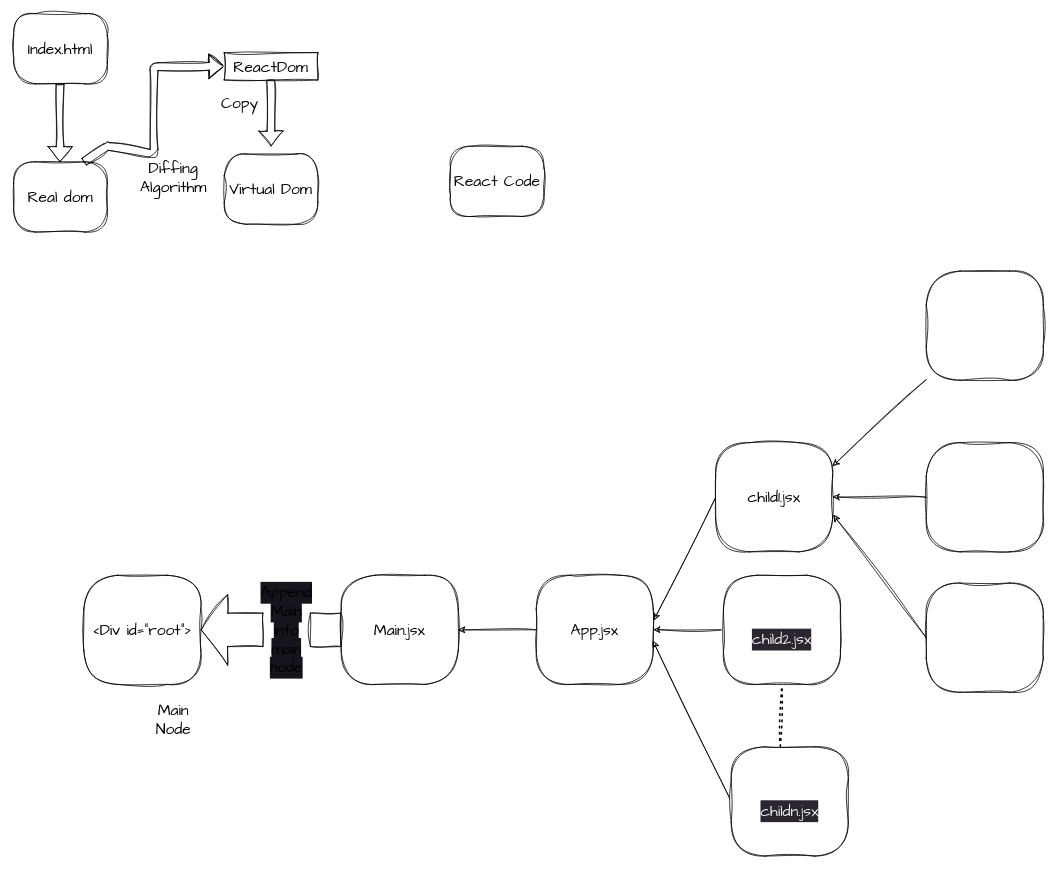
This is ReactWorkFlow.drawio from prahulk46a/ReactLearning, a draw.io file, before an edit. Source tidied: cells renumbered, new cells numbered last; positions are measured from the earlier drawing's top-left corner, leaving out a move shared by most shapes. Both pictures are drawn from the tidied source at 78%, with x=0, y=0 at pixel (13, 13).
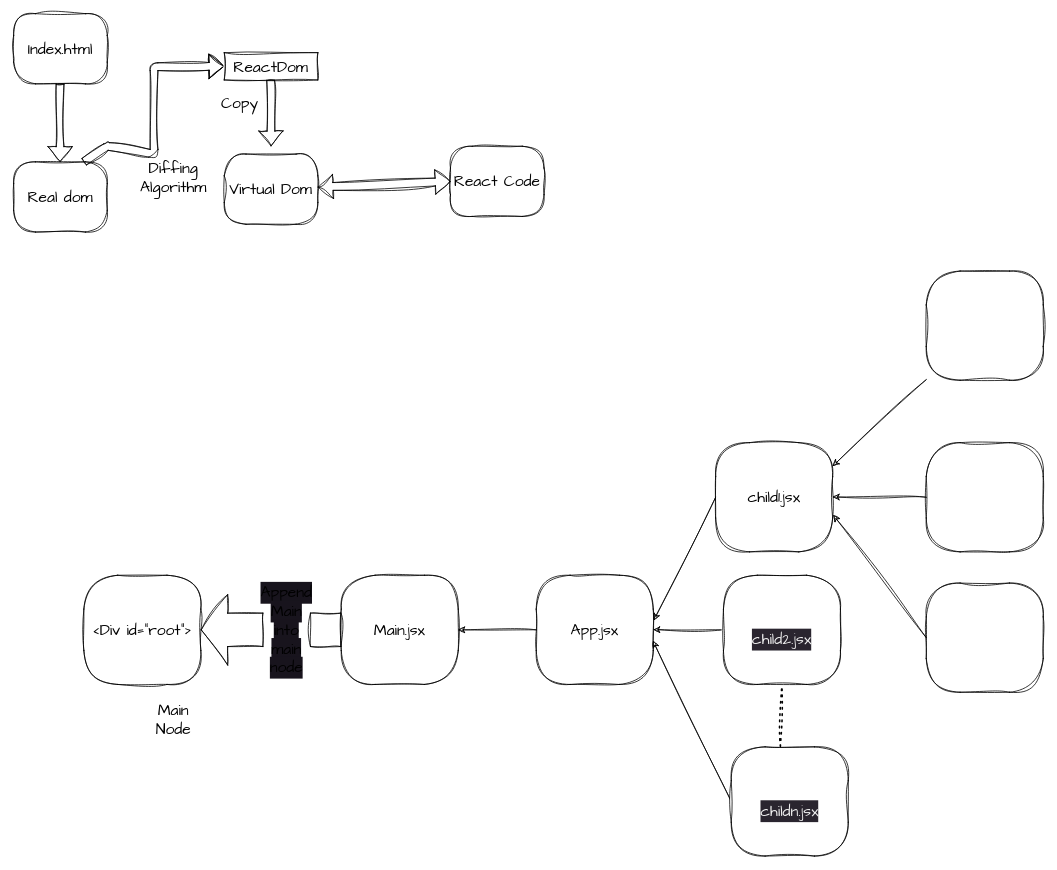
The same diagram, later.

The change refers to these unchanged cells:
```xml
<mxCell id="8" value="Virtual Dom" style="whiteSpace=wrap;html=1;rounded=1;arcSize=31;sketch=1;hachureGap=4;jiggle=2;curveFitting=1;fontFamily=Architects Daughter;fontSize=20;" parent="1" vertex="1">
  <mxGeometry x="270" y="180" width="120" height="90" as="geometry" />
</mxCell>
<mxCell id="9" value="React Code" style="whiteSpace=wrap;html=1;rounded=1;arcSize=31;sketch=1;hachureGap=4;jiggle=2;curveFitting=1;fontFamily=Architects Daughter;fontSize=20;" parent="1" vertex="1">
  <mxGeometry x="560" y="170" width="120" height="90" as="geometry" />
</mxCell>
```

Diff of the diagram source:
```diff
@@
+    <mxCell id="33" style="shape=flexArrow;endArrow=classic;startArrow=classic;html=1;sketch=1;hachureGap=4;jiggle=2;curveFitting=1;fontFamily=Architects Daughter;fontSize=16;entryX=0;entryY=0.5;entryDx=0;entryDy=0;" parent="1" edge="1" source="8" target="9">
+      <mxGeometry relative="1" as="geometry" />
+    </mxCell>
```
